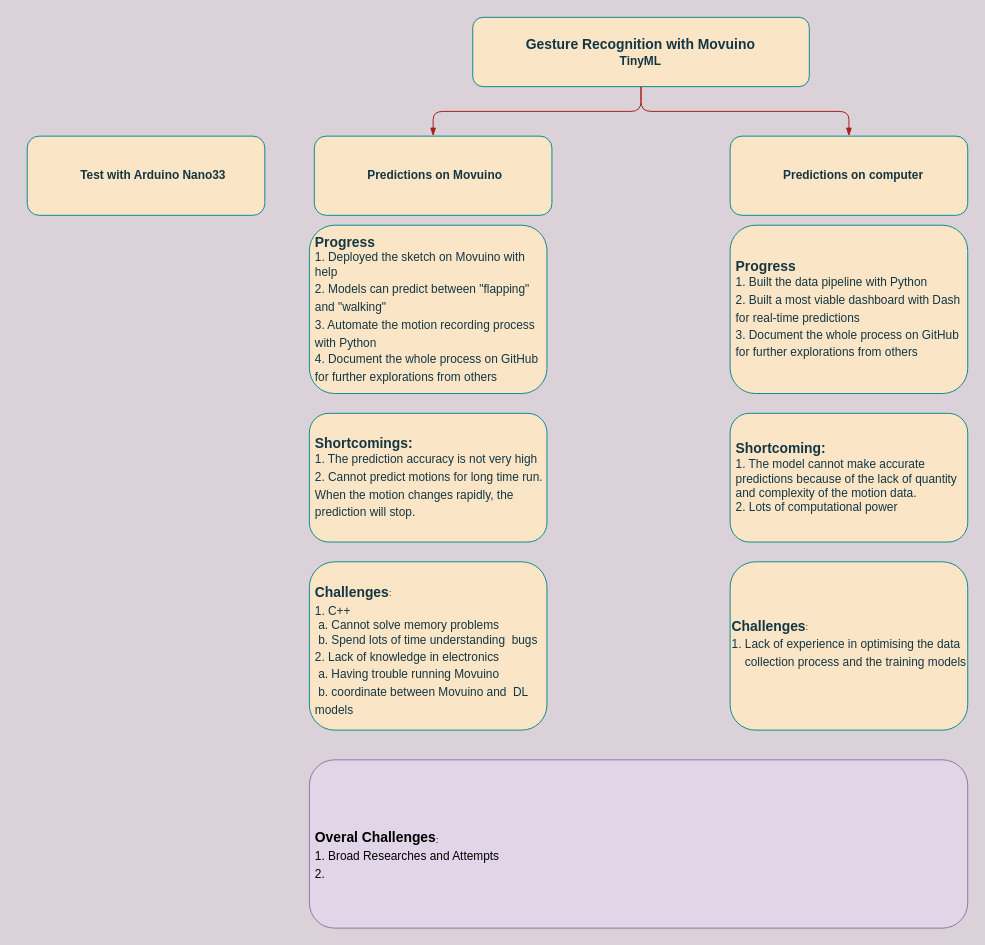
soledadli/IoT_gesture_recognition keeps this draw.io diagram as flowcharts_raw/gesture_recognition_attempts.drawio. Above is the earlier version. Source tidied: cells renumbered, new cells numbered last; positions are measured from the earlier drawing's top-left corner, leaving out a move shared by most shapes. Both pictures are drawn from the tidied source at 99%, with x=0, y=0 at pixel (27, 17).
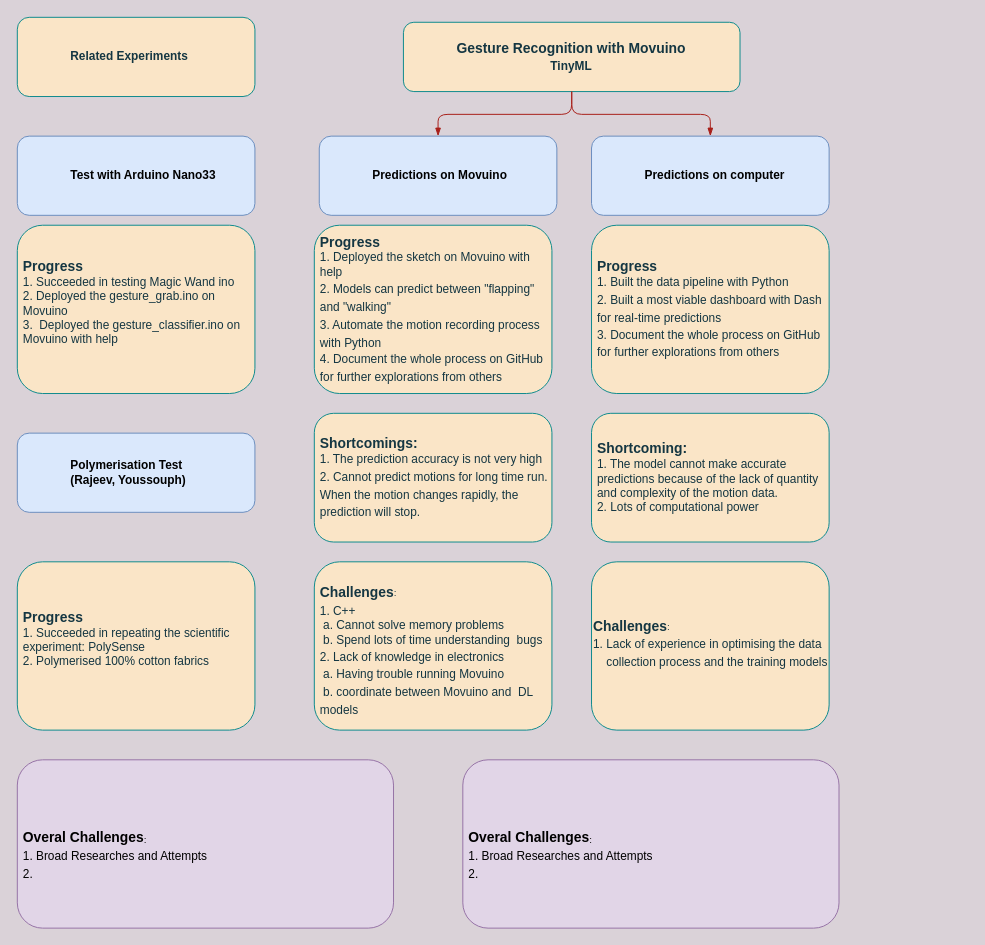
The same page after the edit.

Diff of the diagram source:
```diff
@@
-    <mxCell id="2" style="group;" parent="1" vertex="1">
-      <mxGeometry width="950" height="920" as="geometry" />
-    </mxCell>
-    <mxCell id="3" value="&lt;h3&gt;Gesture Recognition with Movuino&lt;br&gt;&lt;div style=&quot;text-align: center&quot;&gt;&lt;span style=&quot;font-size: 12px&quot;&gt;TinyML&lt;/span&gt;&lt;/div&gt;&lt;/h3&gt;" style="label;whiteSpace=wrap;html=1;glass=0;fillColor=#FAE5C7;strokeColor=#0F8B8D;fontColor=#143642;align=left;" parent="2" vertex="1">
-      <mxGeometry x="450" width="340" height="70" as="geometry" />
+    <mxCell id="3" value="&lt;h3&gt;Gesture Recognition with Movuino&lt;br&gt;&lt;div style=&quot;text-align: center&quot;&gt;&lt;span style=&quot;font-size: 12px&quot;&gt;TinyML&lt;/span&gt;&lt;/div&gt;&lt;/h3&gt;" style="label;whiteSpace=wrap;html=1;glass=0;fillColor=#FAE5C7;strokeColor=#0F8B8D;fontColor=#143642;align=left;" parent="1" vertex="1">
+      <mxGeometry x="380" y="5" width="340" height="70" as="geometry" />
     </mxCell>
-    <mxCell id="4" style="endArrow=blockThin;endFill=1;fontSize=11;edgeStyle=elbowEdgeStyle;elbow=vertical;strokeColor=#A8201A;fontColor=#143642;labelBackgroundColor=#DAD2D8;" parent="2" edge="1" source="3" target="5">
-      <mxGeometry relative="1" as="geometry" />
+    <mxCell id="4" style="endArrow=blockThin;endFill=1;fontSize=11;edgeStyle=elbowEdgeStyle;elbow=vertical;strokeColor=#A8201A;fontColor=#143642;labelBackgroundColor=#DAD2D8;" parent="1" edge="1" source="3" target="5">
+      <mxGeometry x="-460" y="110" as="geometry" />
     </mxCell>
     <object id="5" label="%name%&lt;br&gt;" name="Predictions on Movuino" placeholders="1">
-      <mxCell style="label;whiteSpace=wrap;html=1;glass=0;fillColor=#FAE5C7;strokeColor=#0F8B8D;fontColor=#143642;" parent="2" vertex="1">
-        <mxGeometry x="290" y="120" width="240" height="80" as="geometry" />
+      <mxCell style="label;whiteSpace=wrap;html=1;glass=0;fillColor=#dae8fc;strokeColor=#6c8ebf;" parent="1" vertex="1">
+        <mxGeometry x="295" y="120" width="240" height="80" as="geometry" />
       </mxCell>
     </object>
-    <mxCell id="6" style="endArrow=blockThin;endFill=1;fontSize=11;edgeStyle=elbowEdgeStyle;elbow=vertical;strokeColor=#A8201A;fontColor=#143642;labelBackgroundColor=#DAD2D8;" parent="2" edge="1" source="3" target="7">
-      <mxGeometry relative="1" as="geometry" />
+    <mxCell id="6" style="endArrow=blockThin;endFill=1;fontSize=11;edgeStyle=elbowEdgeStyle;elbow=vertical;strokeColor=#A8201A;fontColor=#143642;labelBackgroundColor=#DAD2D8;" parent="1" edge="1" source="3" target="7">
+      <mxGeometry x="-460" y="110" as="geometry" />
     </mxCell>
     <object id="7" label="%name%&lt;br&gt;" name="Predictions on computer" placeholders="1">
-      <mxCell style="label;whiteSpace=wrap;html=1;glass=0;fillColor=#FAE5C7;strokeColor=#0F8B8D;fontColor=#143642;" parent="2" vertex="1">
-        <mxGeometry x="710" y="120" width="240" height="80" as="geometry" />
+      <mxCell style="label;whiteSpace=wrap;html=1;glass=0;fillColor=#dae8fc;strokeColor=#6c8ebf;" parent="1" vertex="1">
+        <mxGeometry x="570" y="120" width="240" height="80" as="geometry" />
       </mxCell>
     </object>
-    <mxCell id="8" value="&lt;div&gt;&lt;sub&gt;&lt;b&gt;&lt;font style=&quot;font-size: 14px&quot;&gt;&lt;br&gt;&lt;/font&gt;&lt;/b&gt;&lt;/sub&gt;&lt;/div&gt;&lt;div&gt;&lt;sub&gt;&lt;b&gt;&lt;font style=&quot;font-size: 14px&quot;&gt;&lt;br&gt;&lt;/font&gt;&lt;/b&gt;&lt;/sub&gt;&lt;/div&gt;&lt;div&gt;&lt;sub&gt;&lt;b&gt;&lt;font style=&quot;font-size: 14px&quot;&gt;Challenges&lt;/font&gt;&lt;/b&gt;:&lt;/sub&gt;&lt;/div&gt;&lt;div&gt;&lt;span&gt;&lt;sub&gt;&lt;font style=&quot;font-size: 12px&quot;&gt;1. C++&lt;/font&gt;&lt;/sub&gt;&lt;/span&gt;&lt;/div&gt;&lt;div&gt;&lt;div&gt;&lt;span&gt; &lt;/span&gt;&lt;span style=&quot;white-space: pre&quot;&gt; &lt;/span&gt;a. Cannot solve memory problems&lt;br&gt;&lt;/div&gt;&lt;div&gt;&lt;span&gt; &lt;/span&gt;&lt;span style=&quot;white-space: pre&quot;&gt; &lt;/span&gt;b. Spend lots of time understanding &lt;span style=&quot;white-space: pre&quot;&gt; &lt;/span&gt;bugs&lt;/div&gt;&lt;/div&gt;&lt;div&gt;&lt;span&gt;&lt;sub&gt;&lt;font style=&quot;font-size: 12px&quot;&gt;2. Lack of knowledge in electronics&lt;/font&gt;&lt;/sub&gt;&lt;/span&gt;&lt;/div&gt;&lt;div&gt;&lt;span&gt;&lt;sub&gt;&lt;font style=&quot;font-size: 12px&quot;&gt;&lt;span style=&quot;white-space: pre&quot;&gt; &lt;/span&gt;a. Having trouble running Movuino&amp;nbsp;&lt;br&gt;&lt;/font&gt;&lt;/sub&gt;&lt;/span&gt;&lt;/div&gt;&lt;div&gt;&lt;span&gt;&lt;sub&gt;&lt;font style=&quot;font-size: 12px&quot;&gt;&lt;span style=&quot;white-space: pre&quot;&gt; &lt;/span&gt;b. coordinate between Movuino and &lt;span style=&quot;white-space: pre&quot;&gt; &lt;/span&gt;DL models&lt;br&gt;&lt;/font&gt;&lt;/sub&gt;&lt;/span&gt;&lt;/div&gt;&lt;div&gt;&lt;br&gt;&lt;/div&gt;&lt;div&gt;&lt;br&gt;&lt;/div&gt;" style="whiteSpace=wrap;html=1;align=left;spacingLeft=4;spacingRight=2;fillColor=#FAE5C7;strokeColor=#0F8B8D;fontColor=#143642;rounded=1;" parent="2" vertex="1">
-      <mxGeometry x="285" y="550" width="240" height="170" as="geometry" />
+    <mxCell id="8" value="&lt;div&gt;&lt;sub&gt;&lt;b&gt;&lt;font style=&quot;font-size: 14px&quot;&gt;&lt;br&gt;&lt;/font&gt;&lt;/b&gt;&lt;/sub&gt;&lt;/div&gt;&lt;div&gt;&lt;sub&gt;&lt;b&gt;&lt;font style=&quot;font-size: 14px&quot;&gt;&lt;br&gt;&lt;/font&gt;&lt;/b&gt;&lt;/sub&gt;&lt;/div&gt;&lt;div&gt;&lt;sub&gt;&lt;b&gt;&lt;font style=&quot;font-size: 14px&quot;&gt;Challenges&lt;/font&gt;&lt;/b&gt;:&lt;/sub&gt;&lt;/div&gt;&lt;div&gt;&lt;span&gt;&lt;sub&gt;&lt;font style=&quot;font-size: 12px&quot;&gt;1. C++&lt;/font&gt;&lt;/sub&gt;&lt;/span&gt;&lt;/div&gt;&lt;div&gt;&lt;div&gt;&lt;span&gt; &lt;/span&gt;&lt;span style=&quot;white-space: pre&quot;&gt; &lt;/span&gt;a. Cannot solve memory problems&lt;br&gt;&lt;/div&gt;&lt;div&gt;&lt;span&gt; &lt;/span&gt;&lt;span style=&quot;white-space: pre&quot;&gt; &lt;/span&gt;b. Spend lots of time understanding &lt;span style=&quot;white-space: pre&quot;&gt; &lt;/span&gt;bugs&lt;/div&gt;&lt;/div&gt;&lt;div&gt;&lt;span&gt;&lt;sub&gt;&lt;font style=&quot;font-size: 12px&quot;&gt;2. Lack of knowledge in electronics&lt;/font&gt;&lt;/sub&gt;&lt;/span&gt;&lt;/div&gt;&lt;div&gt;&lt;span&gt;&lt;sub&gt;&lt;font style=&quot;font-size: 12px&quot;&gt;&lt;span style=&quot;white-space: pre&quot;&gt; &lt;/span&gt;a. Having trouble running Movuino&amp;nbsp;&lt;br&gt;&lt;/font&gt;&lt;/sub&gt;&lt;/span&gt;&lt;/div&gt;&lt;div&gt;&lt;span&gt;&lt;sub&gt;&lt;font style=&quot;font-size: 12px&quot;&gt;&lt;span style=&quot;white-space: pre&quot;&gt; &lt;/span&gt;b. coordinate between Movuino and &lt;span style=&quot;white-space: pre&quot;&gt; &lt;/span&gt;DL models&lt;br&gt;&lt;/font&gt;&lt;/sub&gt;&lt;/span&gt;&lt;/div&gt;&lt;div&gt;&lt;br&gt;&lt;/div&gt;&lt;div&gt;&lt;br&gt;&lt;/div&gt;" style="whiteSpace=wrap;html=1;align=left;spacingLeft=4;spacingRight=2;fillColor=#FAE5C7;strokeColor=#0F8B8D;fontColor=#143642;rounded=1;" parent="1" vertex="1">
+      <mxGeometry x="290" y="550" width="240" height="170" as="geometry" />
     </mxCell>
-    <mxCell id="9" value="&lt;div&gt;&lt;sub&gt;&lt;b&gt;&lt;font style=&quot;font-size: 14px&quot;&gt;&lt;br&gt;&lt;/font&gt;&lt;/b&gt;&lt;/sub&gt;&lt;/div&gt;&lt;div&gt;&lt;sub&gt;&lt;b&gt;&lt;font style=&quot;font-size: 14px&quot;&gt;&lt;br&gt;&lt;/font&gt;&lt;/b&gt;&lt;/sub&gt;&lt;/div&gt;&lt;div&gt;&lt;sub&gt;&lt;b&gt;&lt;font style=&quot;font-size: 14px&quot;&gt;Challenges&lt;/font&gt;&lt;/b&gt;:&lt;/sub&gt;&lt;/div&gt;&lt;div&gt;&lt;span&gt;&lt;sub&gt;&lt;font&gt;&lt;span style=&quot;font-size: 12px&quot;&gt;1. Lack of experience in optimising&amp;nbsp;the data&amp;nbsp; &amp;nbsp; &amp;nbsp; collection process and the training models&lt;br&gt;&lt;/span&gt;&lt;/font&gt;&lt;/sub&gt;&lt;/span&gt;&lt;/div&gt;&lt;div&gt;&lt;br&gt;&lt;/div&gt;&lt;div&gt;&lt;br&gt;&lt;/div&gt;&lt;div&gt;&lt;br&gt;&lt;/div&gt;" style="whiteSpace=wrap;html=1;align=left;fillColor=#FAE5C7;strokeColor=#0F8B8D;fontColor=#143642;rounded=1;" parent="2" vertex="1">
-      <mxGeometry x="710" y="550" width="240" height="170" as="geometry" />
+    <mxCell id="9" value="&lt;div&gt;&lt;sub&gt;&lt;b&gt;&lt;font style=&quot;font-size: 14px&quot;&gt;&lt;br&gt;&lt;/font&gt;&lt;/b&gt;&lt;/sub&gt;&lt;/div&gt;&lt;div&gt;&lt;sub&gt;&lt;b&gt;&lt;font style=&quot;font-size: 14px&quot;&gt;&lt;br&gt;&lt;/font&gt;&lt;/b&gt;&lt;/sub&gt;&lt;/div&gt;&lt;div&gt;&lt;sub&gt;&lt;b&gt;&lt;font style=&quot;font-size: 14px&quot;&gt;Challenges&lt;/font&gt;&lt;/b&gt;:&lt;/sub&gt;&lt;/div&gt;&lt;div&gt;&lt;span&gt;&lt;sub&gt;&lt;font&gt;&lt;span style=&quot;font-size: 12px&quot;&gt;1. Lack of experience in optimising&amp;nbsp;the data&amp;nbsp; &amp;nbsp; &amp;nbsp; collection process and the training models&lt;br&gt;&lt;/span&gt;&lt;/font&gt;&lt;/sub&gt;&lt;/span&gt;&lt;/div&gt;&lt;div&gt;&lt;br&gt;&lt;/div&gt;&lt;div&gt;&lt;br&gt;&lt;/div&gt;&lt;div&gt;&lt;br&gt;&lt;/div&gt;" style="whiteSpace=wrap;html=1;align=left;fillColor=#FAE5C7;strokeColor=#0F8B8D;fontColor=#143642;rounded=1;" parent="1" vertex="1">
+      <mxGeometry x="570" y="550" width="240" height="170" as="geometry" />
     </mxCell>
-    <mxCell id="10" value="&lt;div&gt;&lt;span&gt;&lt;span style=&quot;font-size: 14px&quot;&gt;&lt;b&gt;Shortcomings:&lt;/b&gt;&lt;/span&gt;&lt;/span&gt;&lt;/div&gt;&lt;div&gt;&lt;span&gt;1. The prediction accuracy is not very high&amp;nbsp;&lt;/span&gt;&lt;br&gt;&lt;/div&gt;&lt;div&gt;&lt;span&gt;&lt;sub&gt;&lt;font style=&quot;font-size: 12px&quot;&gt;2. Cannot predict motions for long time run. When the motion changes rapidly, the prediction will stop.&amp;nbsp;&lt;/font&gt;&lt;/sub&gt;&lt;/span&gt;&lt;/div&gt;" style="whiteSpace=wrap;html=1;align=left;spacingLeft=4;spacingRight=2;fillColor=#FAE5C7;strokeColor=#0F8B8D;fontColor=#143642;rounded=1;" parent="2" vertex="1">
-      <mxGeometry x="285" y="400" width="240" height="130" as="geometry" />
+    <mxCell id="10" value="&lt;div&gt;&lt;span&gt;&lt;span style=&quot;font-size: 14px&quot;&gt;&lt;b&gt;Shortcomings:&lt;/b&gt;&lt;/span&gt;&lt;/span&gt;&lt;/div&gt;&lt;div&gt;&lt;span&gt;1. The prediction accuracy is not very high&amp;nbsp;&lt;/span&gt;&lt;br&gt;&lt;/div&gt;&lt;div&gt;&lt;span&gt;&lt;sub&gt;&lt;font style=&quot;font-size: 12px&quot;&gt;2. Cannot predict motions for long time run. When the motion changes rapidly, the prediction will stop.&amp;nbsp;&lt;/font&gt;&lt;/sub&gt;&lt;/span&gt;&lt;/div&gt;" style="whiteSpace=wrap;html=1;align=left;spacingLeft=4;spacingRight=2;fillColor=#FAE5C7;strokeColor=#0F8B8D;fontColor=#143642;rounded=1;" parent="1" vertex="1">
+      <mxGeometry x="290" y="400" width="240" height="130" as="geometry" />
     </mxCell>
-    <mxCell id="11" value="&lt;div&gt;&lt;span&gt;&lt;span style=&quot;font-size: 14px&quot;&gt;&lt;b&gt;Progress&lt;/b&gt;&lt;/span&gt;&lt;/span&gt;&lt;/div&gt;&lt;div&gt;&lt;span&gt;1. Deployed the sketch on Movuino with help&amp;nbsp;&lt;/span&gt;&lt;br&gt;&lt;/div&gt;&lt;div&gt;&lt;span&gt;&lt;sub&gt;&lt;font style=&quot;font-size: 12px&quot;&gt;2. Models can predict between &quot;flapping&quot; and &quot;walking&quot;&lt;/font&gt;&lt;/sub&gt;&lt;/span&gt;&lt;/div&gt;&lt;div&gt;&lt;span&gt;&lt;sub&gt;&lt;font style=&quot;font-size: 12px&quot;&gt;3. Automate the motion recording process with Python&amp;nbsp;&lt;/font&gt;&lt;/sub&gt;&lt;/span&gt;&lt;/div&gt;&lt;div&gt;&lt;span&gt;&lt;sub&gt;&lt;font style=&quot;font-size: 12px&quot;&gt;4. Document the whole process on GitHub for further explorations from others&lt;/font&gt;&lt;/sub&gt;&lt;/span&gt;&lt;/div&gt;" style="whiteSpace=wrap;html=1;align=left;spacingLeft=4;spacingRight=2;fillColor=#FAE5C7;strokeColor=#0F8B8D;fontColor=#143642;rounded=1;" parent="2" vertex="1">
-      <mxGeometry x="285" y="210" width="240" height="170" as="geometry" />
+    <mxCell id="11" value="&lt;div&gt;&lt;span&gt;&lt;span style=&quot;font-size: 14px&quot;&gt;&lt;b&gt;Progress&lt;/b&gt;&lt;/span&gt;&lt;/span&gt;&lt;/div&gt;&lt;div&gt;&lt;span&gt;1. Deployed the sketch on Movuino with help&amp;nbsp;&lt;/span&gt;&lt;br&gt;&lt;/div&gt;&lt;div&gt;&lt;span&gt;&lt;sub&gt;&lt;font style=&quot;font-size: 12px&quot;&gt;2. Models can predict between &quot;flapping&quot; and &quot;walking&quot;&lt;/font&gt;&lt;/sub&gt;&lt;/span&gt;&lt;/div&gt;&lt;div&gt;&lt;span&gt;&lt;sub&gt;&lt;font style=&quot;font-size: 12px&quot;&gt;3. Automate the motion recording process with Python&amp;nbsp;&lt;/font&gt;&lt;/sub&gt;&lt;/span&gt;&lt;/div&gt;&lt;div&gt;&lt;span&gt;&lt;sub&gt;&lt;font style=&quot;font-size: 12px&quot;&gt;4. Document the whole process on GitHub for further explorations from others&lt;/font&gt;&lt;/sub&gt;&lt;/span&gt;&lt;/div&gt;" style="whiteSpace=wrap;html=1;align=left;spacingLeft=4;spacingRight=2;fillColor=#FAE5C7;strokeColor=#0F8B8D;fontColor=#143642;rounded=1;" parent="1" vertex="1">
+      <mxGeometry x="290" y="210" width="240" height="170" as="geometry" />
     </mxCell>
-    <mxCell id="12" value="&lt;div&gt;&lt;span&gt;&lt;span style=&quot;font-size: 14px&quot;&gt;&lt;b&gt;Progress&lt;/b&gt;&lt;/span&gt;&lt;/span&gt;&lt;/div&gt;&lt;div&gt;&lt;span&gt;1. Built the data pipeline with Python&amp;nbsp;&lt;/span&gt;&lt;br&gt;&lt;/div&gt;&lt;div&gt;&lt;span&gt;&lt;sub&gt;&lt;font style=&quot;font-size: 12px&quot;&gt;2. Built a most viable dashboard with Dash for real-time predictions&lt;/font&gt;&lt;/sub&gt;&lt;/span&gt;&lt;/div&gt;&lt;div&gt;&lt;span&gt;&lt;sub&gt;&lt;font style=&quot;font-size: 12px&quot;&gt;3. Document the whole process on GitHub for further explorations from others&lt;/font&gt;&lt;/sub&gt;&lt;/span&gt;&lt;/div&gt;" style="whiteSpace=wrap;html=1;align=left;spacingLeft=4;spacingRight=2;fillColor=#FAE5C7;strokeColor=#0F8B8D;fontColor=#143642;rounded=1;" parent="2" vertex="1">
-      <mxGeometry x="710" y="210" width="240" height="170" as="geometry" />
+    <mxCell id="12" value="&lt;div&gt;&lt;span&gt;&lt;span style=&quot;font-size: 14px&quot;&gt;&lt;b&gt;Progress&lt;/b&gt;&lt;/span&gt;&lt;/span&gt;&lt;/div&gt;&lt;div&gt;&lt;span&gt;1. Built the data pipeline with Python&amp;nbsp;&lt;/span&gt;&lt;br&gt;&lt;/div&gt;&lt;div&gt;&lt;span&gt;&lt;sub&gt;&lt;font style=&quot;font-size: 12px&quot;&gt;2. Built a most viable dashboard with Dash for real-time predictions&lt;/font&gt;&lt;/sub&gt;&lt;/span&gt;&lt;/div&gt;&lt;div&gt;&lt;span&gt;&lt;sub&gt;&lt;font style=&quot;font-size: 12px&quot;&gt;3. Document the whole process on GitHub for further explorations from others&lt;/font&gt;&lt;/sub&gt;&lt;/span&gt;&lt;/div&gt;" style="whiteSpace=wrap;html=1;align=left;spacingLeft=4;spacingRight=2;fillColor=#FAE5C7;strokeColor=#0F8B8D;fontColor=#143642;rounded=1;" parent="1" vertex="1">
+      <mxGeometry x="570" y="210" width="240" height="170" as="geometry" />
     </mxCell>
-    <mxCell id="13" value="&lt;div&gt;&lt;span&gt;&lt;span style=&quot;font-size: 14px&quot;&gt;&lt;b&gt;Shortcoming:&lt;/b&gt;&lt;/span&gt;&lt;/span&gt;&lt;/div&gt;&lt;div&gt;&lt;span&gt;1. The model cannot make accurate predictions because of the lack of quantity and complexity of the motion data.&amp;nbsp;&amp;nbsp;&lt;/span&gt;&lt;/div&gt;&lt;div&gt;&lt;span&gt;2. Lots of computational power&lt;/span&gt;&lt;/div&gt;" style="whiteSpace=wrap;html=1;align=left;spacingLeft=4;spacingRight=2;fillColor=#FAE5C7;strokeColor=#0F8B8D;fontColor=#143642;rounded=1;" parent="2" vertex="1">
-      <mxGeometry x="710" y="400" width="240" height="130" as="geometry" />
+    <mxCell id="13" value="&lt;div&gt;&lt;span&gt;&lt;span style=&quot;font-size: 14px&quot;&gt;&lt;b&gt;Shortcoming:&lt;/b&gt;&lt;/span&gt;&lt;/span&gt;&lt;/div&gt;&lt;div&gt;&lt;span&gt;1. The model cannot make accurate predictions because of the lack of quantity and complexity of the motion data.&amp;nbsp;&amp;nbsp;&lt;/span&gt;&lt;/div&gt;&lt;div&gt;&lt;span&gt;2. Lots of computational power&lt;/span&gt;&lt;/div&gt;" style="whiteSpace=wrap;html=1;align=left;spacingLeft=4;spacingRight=2;fillColor=#FAE5C7;strokeColor=#0F8B8D;fontColor=#143642;rounded=1;" parent="1" vertex="1">
+      <mxGeometry x="570" y="400" width="240" height="130" as="geometry" />
     </mxCell>
-    <mxCell id="14" value="&lt;div&gt;&lt;sub&gt;&lt;b&gt;&lt;font style=&quot;font-size: 14px&quot;&gt;&lt;br&gt;&lt;/font&gt;&lt;/b&gt;&lt;/sub&gt;&lt;/div&gt;&lt;div&gt;&lt;sub&gt;&lt;b&gt;&lt;font style=&quot;font-size: 14px&quot;&gt;&lt;br&gt;&lt;/font&gt;&lt;/b&gt;&lt;/sub&gt;&lt;/div&gt;&lt;div&gt;&lt;sub&gt;&lt;b&gt;&lt;font style=&quot;font-size: 14px&quot;&gt;Overal Challenges&lt;/font&gt;&lt;/b&gt;:&lt;/sub&gt;&lt;/div&gt;&lt;div&gt;&lt;span&gt;&lt;sub&gt;&lt;font style=&quot;font-size: 12px&quot;&gt;1. Broad Researches and Attempts&lt;br&gt;2.&amp;nbsp;&lt;/font&gt;&lt;/sub&gt;&lt;/span&gt;&lt;/div&gt;&lt;div&gt;&lt;br&gt;&lt;/div&gt;" style="whiteSpace=wrap;html=1;align=left;spacingLeft=4;spacingRight=2;fillColor=#e1d5e7;strokeColor=#9673a6;rounded=1;" parent="2" vertex="1">
-      <mxGeometry x="285" y="750" width="665" height="170" as="geometry" />
+    <mxCell id="14" value="&lt;div&gt;&lt;sub&gt;&lt;b&gt;&lt;font style=&quot;font-size: 14px&quot;&gt;&lt;br&gt;&lt;/font&gt;&lt;/b&gt;&lt;/sub&gt;&lt;/div&gt;&lt;div&gt;&lt;sub&gt;&lt;b&gt;&lt;font style=&quot;font-size: 14px&quot;&gt;&lt;br&gt;&lt;/font&gt;&lt;/b&gt;&lt;/sub&gt;&lt;/div&gt;&lt;div&gt;&lt;sub&gt;&lt;b&gt;&lt;font style=&quot;font-size: 14px&quot;&gt;Overal Challenges&lt;/font&gt;&lt;/b&gt;:&lt;/sub&gt;&lt;/div&gt;&lt;div&gt;&lt;span&gt;&lt;sub&gt;&lt;font style=&quot;font-size: 12px&quot;&gt;1. Broad Researches and Attempts&lt;br&gt;2.&amp;nbsp;&lt;/font&gt;&lt;/sub&gt;&lt;/span&gt;&lt;/div&gt;&lt;div&gt;&lt;br&gt;&lt;/div&gt;" style="whiteSpace=wrap;html=1;align=left;spacingLeft=4;spacingRight=2;fillColor=#e1d5e7;strokeColor=#9673a6;rounded=1;" parent="1" vertex="1">
+      <mxGeometry x="-10" y="750" width="380" height="170" as="geometry" />
     </mxCell>
     <object id="15" label="%name%&lt;br&gt;" name="Test with Arduino Nano33" placeholders="1">
-      <mxCell style="label;whiteSpace=wrap;html=1;glass=0;fillColor=#FAE5C7;strokeColor=#0F8B8D;fontColor=#143642;" parent="2" vertex="1">
-        <mxGeometry y="120" width="240" height="80" as="geometry" />
+      <mxCell style="label;whiteSpace=wrap;html=1;glass=0;fillColor=#dae8fc;strokeColor=#6c8ebf;" parent="1" vertex="1">
+        <mxGeometry x="-10" y="120" width="240" height="80" as="geometry" />
       </mxCell>
     </object>
+    <object id="16" label="%name%&lt;br&gt;(Rajeev, Youssouph)" name="Polymerisation Test" placeholders="1">
+      <mxCell style="label;whiteSpace=wrap;html=1;glass=0;fillColor=#dae8fc;strokeColor=#6c8ebf;" parent="1" vertex="1">
+        <mxGeometry x="-10" y="420" width="240" height="80" as="geometry" />
+      </mxCell>
+    </object>
+    <object id="17" label="%name%&lt;br&gt;" name="Related Experiments" placeholders="1">
+      <mxCell style="label;whiteSpace=wrap;html=1;glass=0;fillColor=#FAE5C7;strokeColor=#0F8B8D;fontColor=#143642;" parent="1" vertex="1">
+        <mxGeometry x="-10" width="240" height="80" as="geometry" />
+      </mxCell>
+    </object>
+    <mxCell id="18" value="&lt;div&gt;&lt;span&gt;&lt;span style=&quot;font-size: 14px&quot;&gt;&lt;b&gt;Progress&lt;/b&gt;&lt;/span&gt;&lt;/span&gt;&lt;/div&gt;&lt;div&gt;&lt;span&gt;1. Succeeded in testing Magic Wand ino&lt;/span&gt;&lt;/div&gt;&lt;div&gt;&lt;span&gt;2.&lt;/span&gt;&lt;span&gt;&amp;nbsp;Deployed the gesture_grab.ino on Movuino&amp;nbsp;&lt;br&gt;3.&amp;nbsp; Deployed the gesture_classifier.ino on Movuino with help&amp;nbsp;&lt;/span&gt;&lt;/div&gt;&lt;div&gt;&lt;br&gt;&lt;/div&gt;" style="whiteSpace=wrap;html=1;align=left;spacingLeft=4;spacingRight=2;fillColor=#FAE5C7;strokeColor=#0F8B8D;fontColor=#143642;rounded=1;" parent="1" vertex="1">
+      <mxGeometry x="-10" y="210" width="240" height="170" as="geometry" />
+    </mxCell>
+    <mxCell id="19" value="&lt;div&gt;&lt;span&gt;&lt;span style=&quot;font-size: 14px&quot;&gt;&lt;b&gt;Progress&lt;/b&gt;&lt;/span&gt;&lt;/span&gt;&lt;/div&gt;&lt;div&gt;&lt;span&gt;1. Succeeded in repeating the scientific experiment: PolySense&lt;br&gt;2. Polymerised&amp;nbsp;100% cotton fabrics&lt;/span&gt;&lt;/div&gt;&lt;div&gt;&lt;br&gt;&lt;/div&gt;" style="whiteSpace=wrap;html=1;align=left;spacingLeft=4;spacingRight=2;fillColor=#FAE5C7;strokeColor=#0F8B8D;fontColor=#143642;rounded=1;" parent="1" vertex="1">
+      <mxGeometry x="-10" y="550" width="240" height="170" as="geometry" />
+    </mxCell>
+    <mxCell id="20" value="&lt;div&gt;&lt;sub&gt;&lt;b&gt;&lt;font style=&quot;font-size: 14px&quot;&gt;&lt;br&gt;&lt;/font&gt;&lt;/b&gt;&lt;/sub&gt;&lt;/div&gt;&lt;div&gt;&lt;sub&gt;&lt;b&gt;&lt;font style=&quot;font-size: 14px&quot;&gt;&lt;br&gt;&lt;/font&gt;&lt;/b&gt;&lt;/sub&gt;&lt;/div&gt;&lt;div&gt;&lt;sub&gt;&lt;b&gt;&lt;font style=&quot;font-size: 14px&quot;&gt;Overal Challenges&lt;/font&gt;&lt;/b&gt;:&lt;/sub&gt;&lt;/div&gt;&lt;div&gt;&lt;span&gt;&lt;sub&gt;&lt;font style=&quot;font-size: 12px&quot;&gt;1. Broad Researches and Attempts&lt;br&gt;2.&amp;nbsp;&lt;/font&gt;&lt;/sub&gt;&lt;/span&gt;&lt;/div&gt;&lt;div&gt;&lt;br&gt;&lt;/div&gt;" style="whiteSpace=wrap;html=1;align=left;spacingLeft=4;spacingRight=2;fillColor=#e1d5e7;strokeColor=#9673a6;rounded=1;" parent="1" vertex="1">
+      <mxGeometry x="440" y="750" width="380" height="170" as="geometry" />
+    </mxCell>
```
